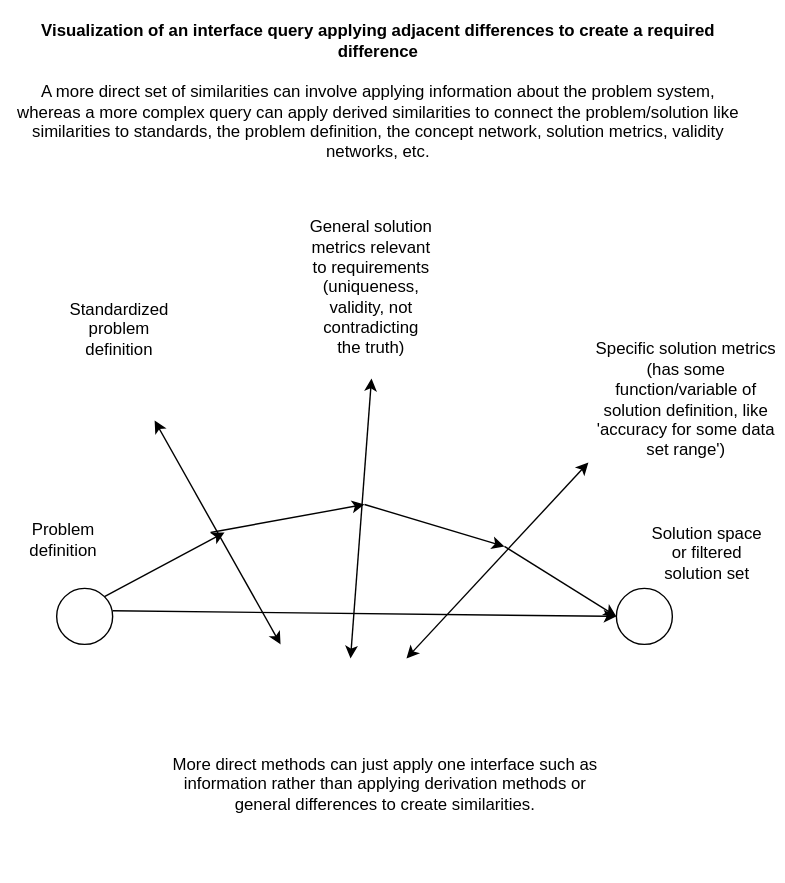
This is docs/objects/query_similarities.drawio.svg from outdreamer/build-a-cure, a draw.io export, as it was before one commit. Source tidied: cells renumbered, new cells last; positions are measured from the earlier drawing's top-left corner, leaving out a move shared by most shapes.
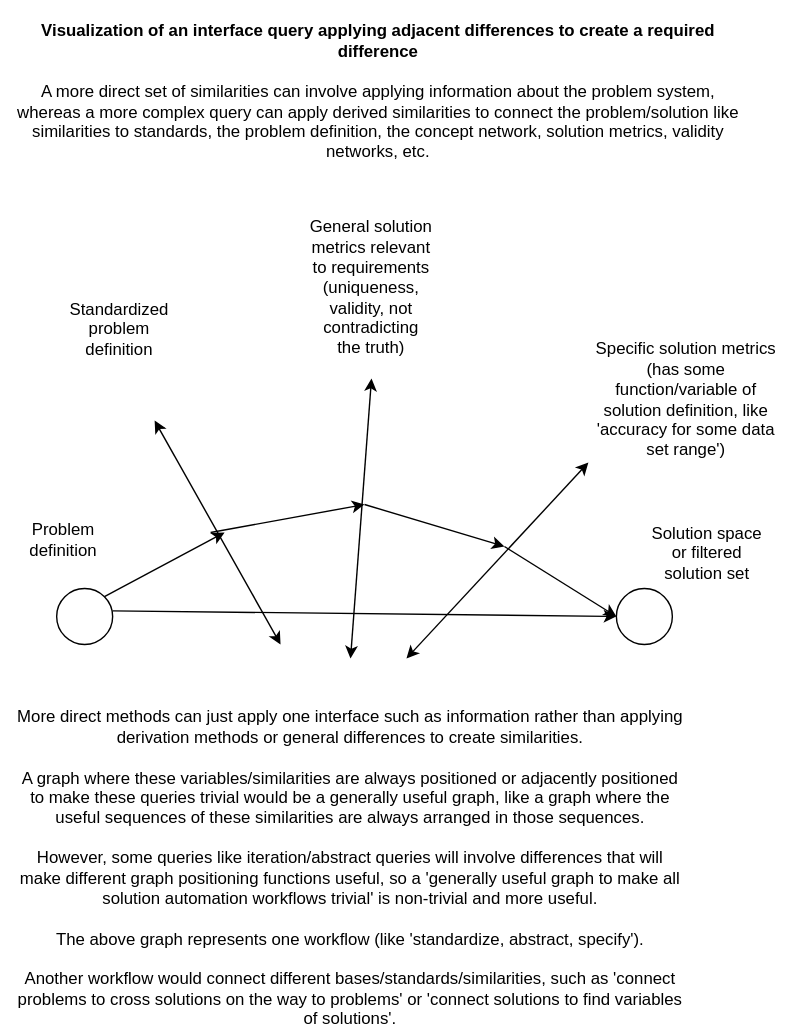
After the change.

Change to the diagram source:
```diff
@@ -71,8 +71,8 @@
     <mxCell id="17" value="Solution space or filtered solution set" style="text;html=1;strokeColor=none;fillColor=none;align=center;verticalAlign=middle;whiteSpace=wrap;rounded=0;" parent="1" vertex="1">
       <mxGeometry x="460" y="380" width="90" height="30" as="geometry" />
     </mxCell>
-    <mxCell id="18" value="More direct methods can just apply one interface such as information rather than applying derivation methods or general differences to create similarities." style="text;html=1;strokeColor=none;fillColor=none;align=center;verticalAlign=middle;whiteSpace=wrap;rounded=0;" parent="1" vertex="1">
-      <mxGeometry x="110" y="490" width="330" height="140" as="geometry" />
+    <mxCell id="18" value="More direct methods can just apply one interface such as information rather than applying derivation methods or general differences to create similarities.&lt;br&gt;&lt;br&gt;A graph where these variables/similarities are always positioned or adjacently positioned to make these queries trivial would be a generally useful graph, like a graph where the useful sequences of these similarities are always arranged in those sequences.&lt;br&gt;&lt;br&gt;However, some queries like iteration/abstract queries will involve differences that will make different graph positioning functions useful, so a 'generally useful graph to make all solution automation workflows trivial' is non-trivial and more useful. &lt;br&gt;&lt;br&gt;The above graph represents one workflow (like 'standardize, abstract, specify').&lt;br&gt;&lt;br&gt;Another workflow would connect different bases/standards/similarities, such as 'connect problems to cross solutions on the way to problems' or 'connect solutions to find variables of solutions'." style="text;html=1;strokeColor=none;fillColor=none;align=center;verticalAlign=middle;whiteSpace=wrap;rounded=0;" parent="1" vertex="1">
+      <mxGeometry x="10" y="550" width="480" height="140" as="geometry" />
     </mxCell>
   </root>
 </mxGraphModel>
```
